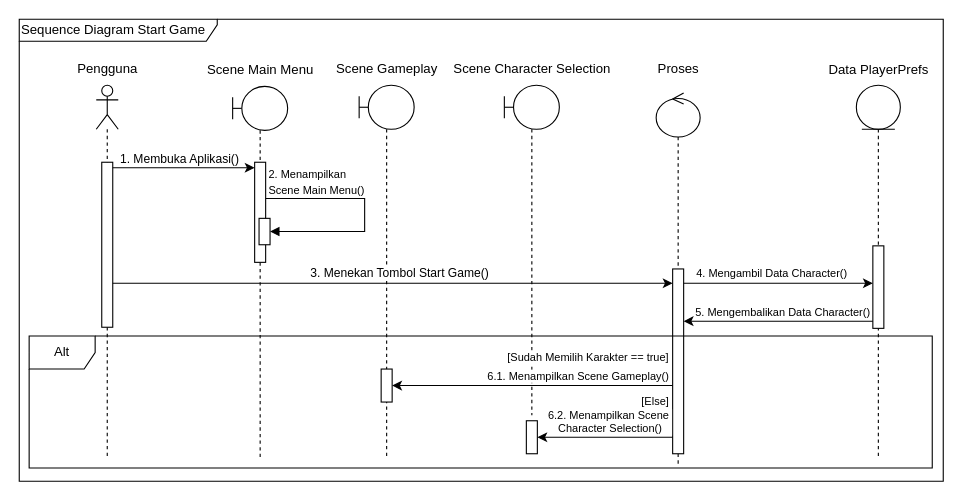
The draw.io diagram skripsi/skripsi/gambar/BAB III/Sequence Diagram/Sequence Diagram - Start Game.drawio in hako-975/UNPAM-File, before the edit. Source tidied: cells renumbered, new cells numbered last; positions are measured from the earlier drawing's top-left corner, leaving out a move shared by most shapes. Both pictures are drawn from the tidied source at 110%, with x=0, y=0 at pixel (19, 19).
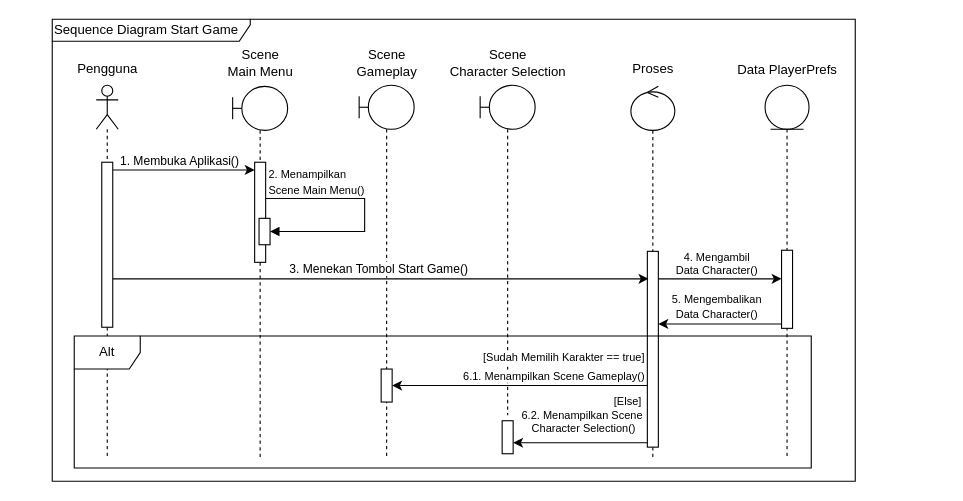
After the change.

Unchanged cells that the change refers to:
```xml
<mxCell id="3" style="html=1;points=[[0,0,0,0,5],[0,1,0,0,-5],[1,0,0,0,5],[1,1,0,0,-5]];perimeter=orthogonalPerimeter;outlineConnect=0;targetShapes=umlLifeline;portConstraint=eastwest;newEdgeStyle={&quot;curved&quot;:0,&quot;rounded&quot;:0};" parent="2" vertex="1">
  <mxGeometry x="5" y="70" width="10" height="150" as="geometry" />
</mxCell>
<mxCell id="6" style="html=1;points=[[0,0,0,0,5],[0,1,0,0,-5],[1,0,0,0,5],[1,1,0,0,-5]];perimeter=orthogonalPerimeter;outlineConnect=0;targetShapes=umlLifeline;portConstraint=eastwest;newEdgeStyle={&quot;curved&quot;:0,&quot;rounded&quot;:0};" parent="5" vertex="1">
  <mxGeometry x="20" y="305" width="10" height="30" as="geometry" />
</mxCell>
<mxCell id="10" style="html=1;points=[[0,0,0,0,5],[0,1,0,0,-5],[1,0,0,0,5],[1,1,0,0,-5]];perimeter=orthogonalPerimeter;outlineConnect=0;targetShapes=umlLifeline;portConstraint=eastwest;newEdgeStyle={&quot;curved&quot;:0,&quot;rounded&quot;:0};" parent="9" vertex="1">
  <mxGeometry x="20" y="258" width="10" height="30" as="geometry" />
</mxCell>
<mxCell id="30" style="html=1;points=[[0,0,0,0,5],[0,1,0,0,-5],[1,0,0,0,5],[1,1,0,0,-5]];perimeter=orthogonalPerimeter;outlineConnect=0;targetShapes=umlLifeline;portConstraint=eastwest;newEdgeStyle={&quot;curved&quot;:0,&quot;rounded&quot;:0};" parent="29" vertex="1">
  <mxGeometry x="20" y="69" width="10" height="91" as="geometry" />
</mxCell>
```

Diff of the diagram source:
```diff
@@
     <mxCell id="5" style="shape=umlLifeline;perimeter=lifelinePerimeter;whiteSpace=wrap;html=1;newEdgeStyle={&quot;curved&quot;:0,&quot;rounded&quot;:0};participant=umlBoundary;" parent="1" vertex="1">
-      <mxGeometry x="441" y="60" width="50" height="300" as="geometry" />
+      <mxGeometry x="419" y="60" width="50" height="300" as="geometry" />
     </mxCell>
@@
-    <mxCell id="7" value="&lt;div&gt;Scene Character Selection&lt;/div&gt;" style="text;html=1;align=center;verticalAlign=middle;strokeColor=none;fillColor=none;" parent="1" vertex="1">
-      <mxGeometry x="381" y="30" width="170" height="30" as="geometry" />
+    <mxCell id="7" value="&lt;div&gt;Scene &lt;br&gt;Character Selection&lt;/div&gt;" style="text;html=1;align=center;verticalAlign=middle;strokeColor=none;fillColor=none;" parent="1" vertex="1">
+      <mxGeometry x="379" y="20" width="130" height="40" as="geometry" />
     </mxCell>
     <mxCell id="8" value="Sequence Diagram Start Game" style="shape=umlFrame;whiteSpace=wrap;html=1;width=180;height=20;align=left;" parent="1" vertex="1">
-      <mxGeometry width="840" height="420" as="geometry" />
+      <mxGeometry x="30" width="730" height="420" as="geometry" />
     </mxCell>
@@
-    <mxCell id="11" value="&lt;div&gt;Scene Gameplay&lt;/div&gt;" style="text;html=1;align=center;verticalAlign=middle;strokeColor=none;fillColor=none;" parent="1" vertex="1">
-      <mxGeometry x="274" y="30" width="120" height="30" as="geometry" />
+    <mxCell id="11" value="&lt;div&gt;Scene &lt;br&gt;Gameplay&lt;/div&gt;" style="text;html=1;align=center;verticalAlign=middle;strokeColor=none;fillColor=none;" parent="1" vertex="1">
+      <mxGeometry x="294" y="20" width="80" height="40" as="geometry" />
     </mxCell>
     <mxCell id="12" value="&lt;div&gt;Data PlayerPrefs&lt;/div&gt;" style="text;html=1;align=center;verticalAlign=middle;strokeColor=none;fillColor=none;" parent="1" vertex="1">
-      <mxGeometry x="726" y="31" width="110" height="30" as="geometry" />
+      <mxGeometry x="643" y="31" width="110" height="30" as="geometry" />
     </mxCell>
     <mxCell id="13" style="shape=umlLifeline;perimeter=lifelinePerimeter;whiteSpace=wrap;html=1;newEdgeStyle={&quot;curved&quot;:0,&quot;rounded&quot;:0};participant=umlEntity;" parent="1" vertex="1">
-      <mxGeometry x="761" y="60" width="40" height="340" as="geometry" />
+      <mxGeometry x="678" y="60" width="40" height="340" as="geometry" />
     </mxCell>
     <mxCell id="14" style="html=1;points=[[0,0,0,0,5],[0,1,0,0,-5],[1,0,0,0,5],[1,1,0,0,-5]];perimeter=orthogonalPerimeter;outlineConnect=0;targetShapes=umlLifeline;portConstraint=eastwest;newEdgeStyle={&quot;curved&quot;:0,&quot;rounded&quot;:0};" parent="13" vertex="1">
-      <mxGeometry x="15" y="146" width="10" height="75" as="geometry" />
+      <mxGeometry x="15" y="150" width="10" height="71" as="geometry" />
     </mxCell>
     <mxCell id="15" style="shape=umlLifeline;perimeter=lifelinePerimeter;whiteSpace=wrap;html=1;newEdgeStyle={&quot;curved&quot;:0,&quot;rounded&quot;:0};participant=umlControl;" parent="1" vertex="1">
-      <mxGeometry x="579" y="67" width="40" height="340" as="geometry" />
+      <mxGeometry x="556" y="61" width="40" height="340" as="geometry" />
     </mxCell>
     <mxCell id="16" style="html=1;points=[[0,0,0,0,5],[0,1,0,0,-5],[1,0,0,0,5],[1,1,0,0,-5]];perimeter=orthogonalPerimeter;outlineConnect=0;targetShapes=umlLifeline;portConstraint=eastwest;newEdgeStyle={&quot;curved&quot;:0,&quot;rounded&quot;:0};" parent="15" vertex="1">
-      <mxGeometry x="15" y="160" width="10" height="168" as="geometry" />
+      <mxGeometry x="15" y="150" width="10" height="178" as="geometry" />
     </mxCell>
     <mxCell id="17" value="&lt;div&gt;Proses&lt;/div&gt;" style="text;html=1;align=center;verticalAlign=middle;strokeColor=none;fillColor=none;" parent="1" vertex="1">
-      <mxGeometry x="569" y="30" width="60" height="30" as="geometry" />
+      <mxGeometry x="546" y="30" width="60" height="30" as="geometry" />
     </mxCell>
-    <mxCell id="18" style="edgeStyle=orthogonalEdgeStyle;rounded=0;orthogonalLoop=1;jettySize=auto;html=1;curved=0;exitX=1;exitY=0;exitDx=0;exitDy=5;exitPerimeter=0;entryX=0;entryY=0;entryDx=0;entryDy=5;entryPerimeter=0;" parent="1" edge="1">
+    <mxCell id="18" style="rounded=0;jettySize=auto;html=1;exitX=1;exitY=0;exitDx=0;exitDy=5;exitPerimeter=0;" parent="1" edge="1" target="14">
       <mxGeometry relative="1" as="geometry">
-        <mxPoint x="604" y="240" as="sourcePoint" />
-        <mxPoint x="776" y="240" as="targetPoint" />
+        <mxPoint x="581" y="236" as="sourcePoint" />
       </mxGeometry>
     </mxCell>
-    <mxCell id="19" value="4. Mengambil Data Character()" style="edgeLabel;html=1;align=center;verticalAlign=middle;fontSize=10;" parent="18" vertex="1">
+    <mxCell id="19" value="4. Mengambil &lt;br&gt;Data Character()" style="edgeLabel;html=1;align=center;verticalAlign=middle;fontSize=10;" parent="18" vertex="1">
       <mxGeometry x="-0.11" y="1" relative="1" as="geometry">
-        <mxPoint x="2" y="-9" as="offset" />
+        <mxPoint x="2" y="-14" as="offset" />
       </mxGeometry>
     </mxCell>
-    <mxCell id="20" style="edgeStyle=orthogonalEdgeStyle;rounded=0;orthogonalLoop=1;jettySize=auto;html=1;curved=0;" parent="1" edge="1">
+    <mxCell id="20" style="rounded=0;jettySize=auto;html=1;" parent="1" edge="1" source="14">
       <mxGeometry relative="1" as="geometry">
-        <mxPoint x="776" y="274.5" as="sourcePoint" />
-        <mxPoint x="604" y="274.5" as="targetPoint" />
+        <mxPoint x="581" y="277" as="targetPoint" />
       </mxGeometry>
     </mxCell>
-    <mxCell id="21" value="&lt;span style=&quot;font-size: 10px;&quot;&gt;5. Mengembalikan Data Character()&lt;/span&gt;" style="edgeLabel;html=1;align=center;verticalAlign=middle;" parent="20" vertex="1">
+    <mxCell id="21" value="&lt;span style=&quot;font-size: 10px;&quot;&gt;5. Mengembalikan&lt;br&gt;Data Character()&lt;/span&gt;" style="edgeLabel;html=1;align=center;verticalAlign=middle;" parent="20" vertex="1">
       <mxGeometry x="0.41" y="1" relative="1" as="geometry">
-        <mxPoint x="38" y="-10" as="offset" />
+        <mxPoint x="19" y="-18" as="offset" />
       </mxGeometry>
     </mxCell>
     <mxCell id="22" value="Alt" style="shape=umlFrame;whiteSpace=wrap;html=1;" parent="1" vertex="1">
-      <mxGeometry x="9" y="288" width="821" height="120" as="geometry" />
+      <mxGeometry x="50" y="288" width="670" height="120" as="geometry" />
     </mxCell>
     <mxCell id="23" value="&lt;span style=&quot;font-size: 10px;&quot;&gt;[Sudah Memilih Karakter == true]&lt;/span&gt;" style="edgeLabel;html=1;align=center;verticalAlign=middle;fontSize=10;" parent="1" vertex="1">
-      <mxGeometry x="516" y="306" as="geometry" />
+      <mxGeometry x="494" y="306" as="geometry" />
     </mxCell>
-    <mxCell id="24" style="edgeStyle=orthogonalEdgeStyle;rounded=0;jettySize=auto;html=1;curved=0;" parent="1" edge="1" target="10">
+    <mxCell id="24" style="edgeStyle=orthogonalEdgeStyle;rounded=0;jettySize=auto;html=1;curved=0;" parent="1" edge="1" source="16" target="10">
       <mxGeometry relative="1" as="geometry">
-        <mxPoint x="594" y="333" as="sourcePoint" />
         <Array as="points">
-          <mxPoint x="564" y="333" />
-          <mxPoint x="564" y="333" />
+          <mxPoint x="510" y="333" />
+          <mxPoint x="510" y="333" />
         </Array>
       </mxGeometry>
     </mxCell>
-    <mxCell id="25" style="edgeStyle=orthogonalEdgeStyle;rounded=0;jettySize=auto;html=1;curved=0;" parent="1" edge="1" target="6">
+    <mxCell id="25" style="rounded=0;orthogonalLoop=1;jettySize=auto;html=1;" parent="1" edge="1">
       <mxGeometry relative="1" as="geometry">
-        <mxPoint x="594" y="380" as="sourcePoint" />
-        <Array as="points">
-          <mxPoint x="564" y="380" />
-          <mxPoint x="564" y="380" />
-        </Array>
+        <mxPoint x="571" y="385" as="sourcePoint" />
+        <mxPoint x="449" y="385" as="targetPoint" />
       </mxGeometry>
     </mxCell>
     <mxCell id="26" value="&lt;span style=&quot;font-size: 10px;&quot;&gt;[&lt;/span&gt;&lt;span style=&quot;font-size: 10px;&quot;&gt;Else&lt;/span&gt;&lt;span style=&quot;font-size: 10px;&quot;&gt;]&lt;/span&gt;" style="edgeLabel;html=1;align=center;verticalAlign=middle;" parent="1" vertex="1">
-      <mxGeometry x="598" y="351" as="geometry">
+      <mxGeometry x="573" y="351" as="geometry">
         <mxPoint x="-21" y="-5" as="offset" />
       </mxGeometry>
     </mxCell>
     <mxCell id="27" value="&lt;span style=&quot;font-size: 10px;&quot;&gt;6.1. Menampilkan Scene Gameplay()&lt;/span&gt;" style="edgeLabel;html=1;align=center;verticalAlign=middle;fontSize=10;" parent="1" vertex="1">
-      <mxGeometry x="507" y="323" as="geometry" />
+      <mxGeometry x="485" y="323" as="geometry" />
     </mxCell>
     <mxCell id="28" value="&lt;font style=&quot;font-size: 10px;&quot;&gt;6.2. Menampilkan&amp;nbsp;Scene&amp;nbsp;&lt;/font&gt;&lt;div style=&quot;font-size: 10px;&quot;&gt;&lt;font style=&quot;font-size: 10px;&quot;&gt;Character Selection()&lt;/font&gt;&lt;/div&gt;" style="edgeLabel;html=1;align=center;verticalAlign=middle;fontSize=10;" parent="1" vertex="1">
-      <mxGeometry x="536" y="365" as="geometry" />
+      <mxGeometry x="512" y="365" as="geometry" />
     </mxCell>
@@
-    <mxCell id="33" value="&lt;div&gt;Scene Main Menu&lt;/div&gt;" style="text;html=1;align=center;verticalAlign=middle;strokeColor=none;fillColor=none;" parent="1" vertex="1">
-      <mxGeometry x="159" y="31" width="120" height="30" as="geometry" />
+    <mxCell id="33" value="&lt;div&gt;Scene &lt;br&gt;Main Menu&lt;/div&gt;" style="text;html=1;align=center;verticalAlign=middle;strokeColor=none;fillColor=none;" parent="1" vertex="1">
+      <mxGeometry x="179" y="20" width="80" height="40" as="geometry" />
     </mxCell>
-    <mxCell id="34" style="edgeStyle=orthogonalEdgeStyle;rounded=0;jettySize=auto;html=1;curved=0;entryX=0;entryY=0;entryDx=0;entryDy=5;entryPerimeter=0;exitX=1;exitY=0;exitDx=0;exitDy=5;exitPerimeter=0;" parent="1" edge="1" source="3" target="30">
-      <mxGeometry relative="1" as="geometry" />
+    <mxCell id="34" style="edgeStyle=orthogonalEdgeStyle;rounded=0;orthogonalLoop=1;jettySize=auto;html=1;curved=0;entryX=0;entryY=0;entryDx=0;entryDy=5;entryPerimeter=0;exitX=1;exitY=0;exitDx=0;exitDy=5;exitPerimeter=0;" parent="1" edge="1">
+      <mxGeometry relative="1" as="geometry">
+        <mxPoint x="85" y="137" as="sourcePoint" />
+        <mxPoint x="214" y="137" as="targetPoint" />
+      </mxGeometry>
     </mxCell>
@@
     <mxCell id="36" value="&lt;span style=&quot;font-size: 10px;&quot;&gt;2. Menampilkan&amp;nbsp;&lt;/span&gt;&lt;div&gt;&lt;span style=&quot;font-size: 10px;&quot;&gt;Scene&amp;nbsp;&lt;/span&gt;&lt;span style=&quot;font-size: 10px;&quot;&gt;Main Menu()&lt;/span&gt;&lt;/div&gt;" style="edgeLabel;html=1;align=left;verticalAlign=middle;" parent="34" vertex="1">
       <mxGeometry x="-0.33" y="1" relative="1" as="geometry">
-        <mxPoint x="97" y="13" as="offset" />
+        <mxPoint x="97" y="11" as="offset" />
       </mxGeometry>
     </mxCell>
-    <mxCell id="37" style="edgeStyle=orthogonalEdgeStyle;rounded=0;jettySize=auto;html=1;curved=0;" parent="1" edge="1" source="3" target="16">
+    <mxCell id="37" style="edgeStyle=orthogonalEdgeStyle;rounded=0;orthogonalLoop=1;jettySize=auto;html=1;curved=0;" parent="1" edge="1">
       <mxGeometry relative="1" as="geometry">
+        <mxPoint x="85" y="236" as="sourcePoint" />
+        <mxPoint x="572" y="236" as="targetPoint" />
         <Array as="points">
-          <mxPoint x="220" y="240" />
-          <mxPoint x="220" y="240" />
+          <mxPoint x="220" y="236" />
+          <mxPoint x="220" y="236" />
         </Array>
       </mxGeometry>
     </mxCell>
     <mxCell id="38" value="3. Menekan Tombol Start Game()" style="edgeLabel;html=1;align=left;verticalAlign=middle;" parent="1" vertex="1">
-      <mxGeometry x="263" y="230" as="geometry" />
+      <mxGeometry x="244" y="226" as="geometry" />
     </mxCell>
```
